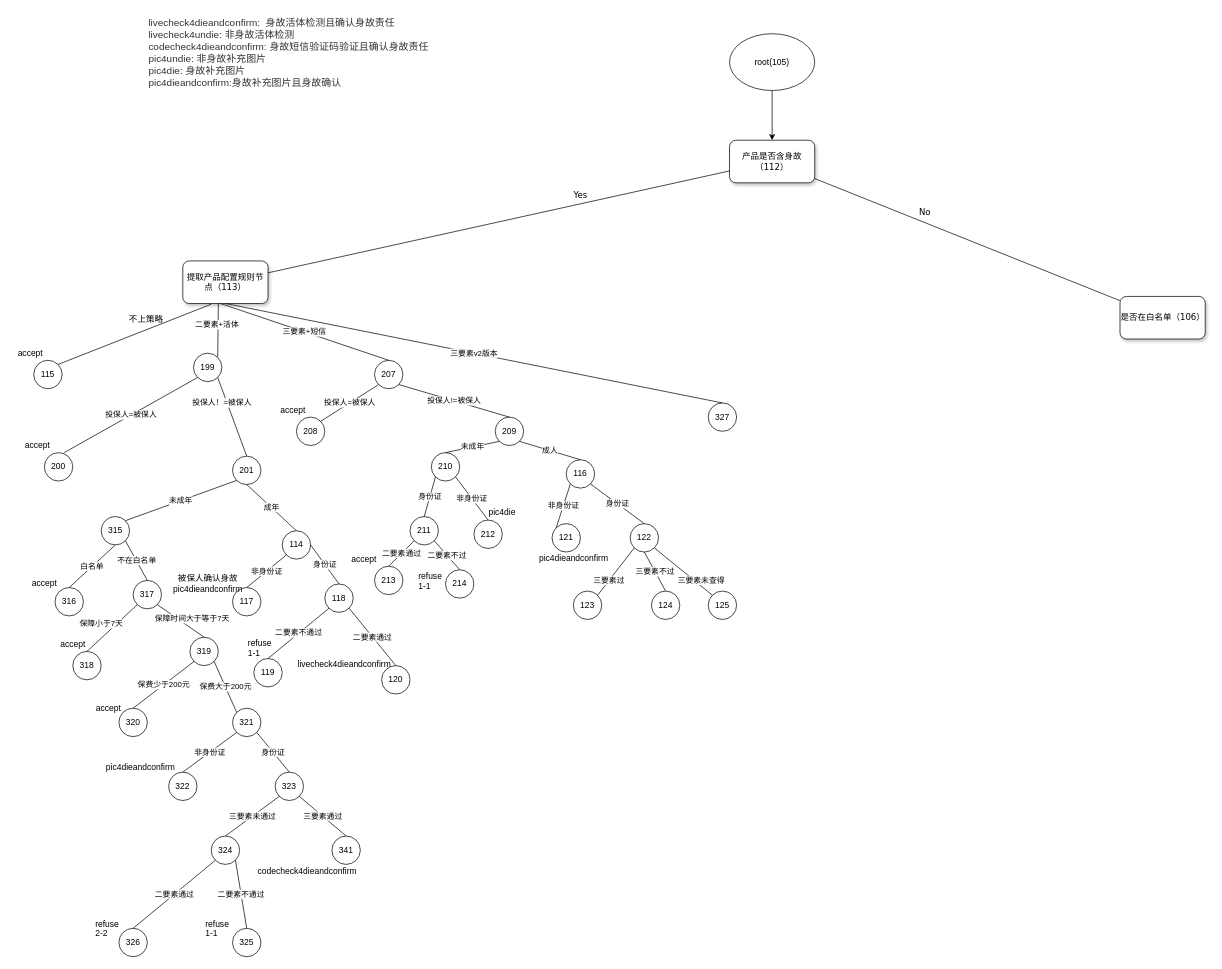
Before: 合规.drawio in North30/tupian, a draw.io diagram. Source tidied: cells renumbered, new cells numbered last; positions are measured from the earlier drawing's top-left corner, leaving out a move shared by most shapes. Both pictures are drawn from the tidied source at 71%, with x=0, y=0 at pixel (12, 12).
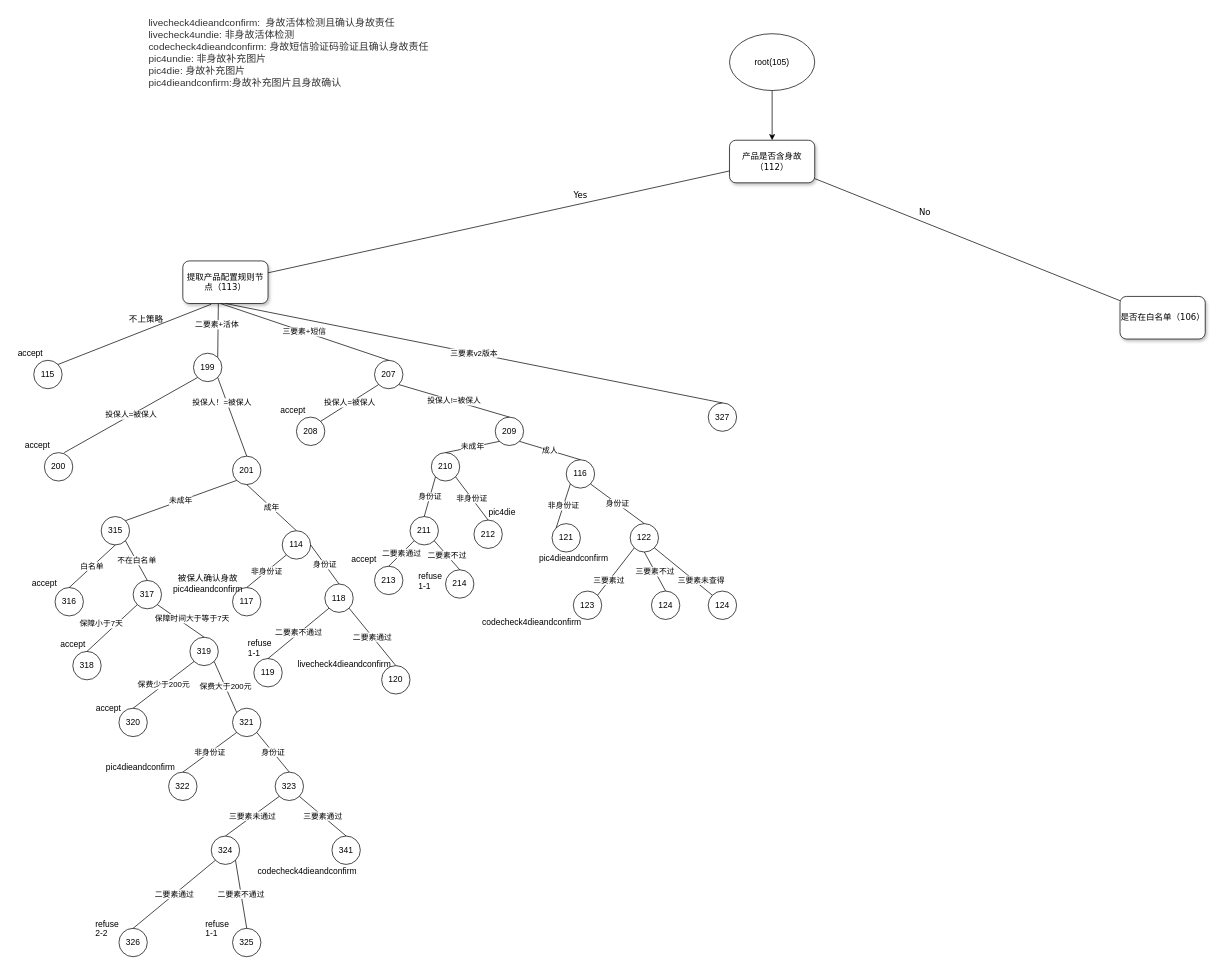
Above is the later version.

Diff of the diagram source:
```diff
@@
-    <mxCell id="99" value="125" style="ellipse;whiteSpace=wrap;html=1;" parent="1" vertex="1">
+    <mxCell id="99" value="124" style="ellipse;whiteSpace=wrap;html=1;" parent="1" vertex="1">
       <mxGeometry x="980" y="815" width="40" height="40" as="geometry" />
     </mxCell>
@@
+    <mxCell id="103" value="codecheck4dieandconfirm" style="text;whiteSpace=wrap;html=1;" parent="1" vertex="1">
+      <mxGeometry x="660" y="845" width="160" height="30" as="geometry" />
+    </mxCell>
```
